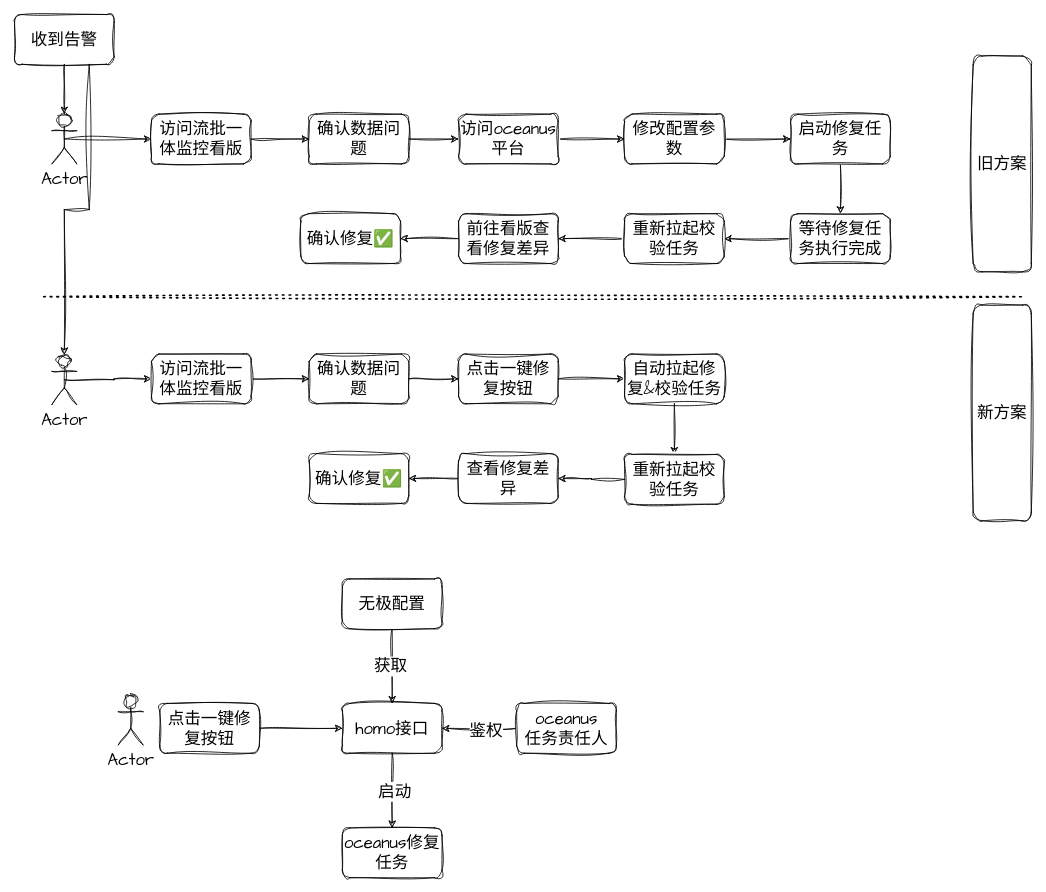
This is 一键数据修复.drawio from Arthur-Lanc/drawio, a draw.io file, before an edit. Source tidied: cells renumbered, new cells numbered last; positions are measured from the earlier drawing's top-left corner, leaving out a move shared by most shapes. Both pictures are drawn from the tidied source at 83%, with x=0, y=0 at pixel (14, 14).
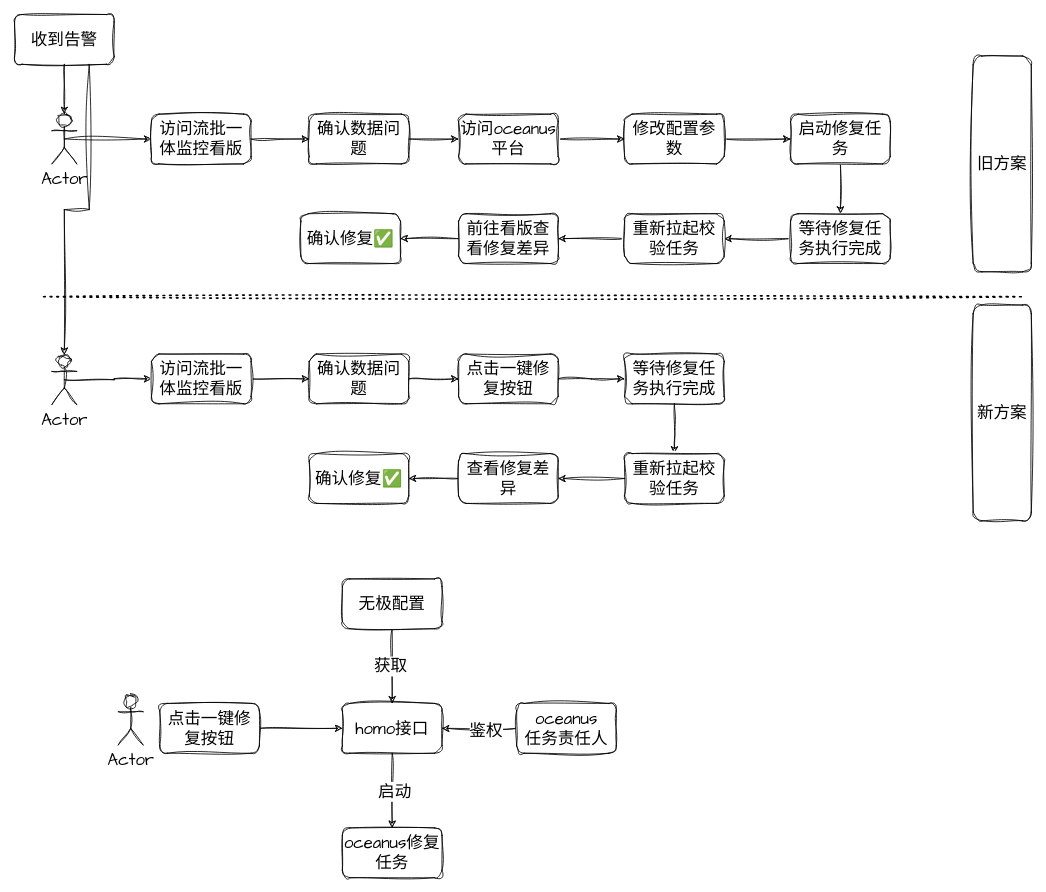
The same page after the edit.

Commit message:
更新一键数据修复.drawio

The change refers to these unchanged cells:
```xml
<mxCell id="31" value="点击一键修复按钮" style="rounded=1;whiteSpace=wrap;html=1;sketch=1;hachureGap=4;jiggle=2;curveFitting=1;fontFamily=Architects Daughter;fontSize=20;" parent="1" vertex="1">
  <mxGeometry x="535" y="409" width="120" height="60" as="geometry" />
</mxCell>
```

Diff of the diagram source:
```diff
@@
-    <mxCell id="30" style="edgeStyle=orthogonalEdgeStyle;rounded=0;sketch=1;hachureGap=4;jiggle=2;curveFitting=1;jettySize=auto;html=1;fontFamily=Architects Daughter;fontSize=16;" parent="1" edge="1" source="31" target="33">
-      <mxGeometry relative="1" as="geometry" />
+    <mxCell id="30" style="edgeStyle=orthogonalEdgeStyle;rounded=0;sketch=1;hachureGap=4;jiggle=2;curveFitting=1;jettySize=auto;html=1;fontFamily=Architects Daughter;fontSize=16;" parent="1" edge="1" source="31">
+      <mxGeometry relative="1" as="geometry">
+        <mxPoint x="735" y="439" as="targetPoint" />
+      </mxGeometry>
     </mxCell>
@@
-    <mxCell id="32" style="edgeStyle=orthogonalEdgeStyle;rounded=0;sketch=1;hachureGap=4;jiggle=2;curveFitting=1;jettySize=auto;html=1;fontFamily=Architects Daughter;fontSize=16;" parent="1" edge="1" source="33" target="52">
-      <mxGeometry relative="1" as="geometry" />
+    <mxCell id="32" style="edgeStyle=orthogonalEdgeStyle;rounded=0;sketch=1;hachureGap=4;jiggle=2;curveFitting=1;jettySize=auto;html=1;fontFamily=Architects Daughter;fontSize=16;" parent="1" edge="1" target="52">
+      <mxGeometry relative="1" as="geometry">
+        <mxPoint x="795" y="469" as="sourcePoint" />
+      </mxGeometry>
     </mxCell>
-    <mxCell id="33" value="自动拉起修复&amp;amp;校验任务" style="rounded=1;whiteSpace=wrap;html=1;sketch=1;hachureGap=4;jiggle=2;curveFitting=1;fontFamily=Architects Daughter;fontSize=20;" parent="1" vertex="1">
-      <mxGeometry x="735" y="409" width="120" height="60" as="geometry" />
-    </mxCell>
@@
     <mxCell id="52" value="重新拉起校验任务" style="rounded=1;whiteSpace=wrap;html=1;sketch=1;hachureGap=4;jiggle=2;curveFitting=1;fontFamily=Architects Daughter;fontSize=20;" parent="1" vertex="1">
-      <mxGeometry x="735" y="530" width="120" height="60" as="geometry" />
+      <mxGeometry x="735" y="529" width="120" height="60" as="geometry" />
     </mxCell>
@@
+    <mxCell id="55" value="等待修复任务执行完成" style="rounded=1;whiteSpace=wrap;html=1;sketch=1;hachureGap=4;jiggle=2;curveFitting=1;fontFamily=Architects Daughter;fontSize=20;" parent="1" vertex="1">
+      <mxGeometry x="735" y="409" width="120" height="60" as="geometry" />
+    </mxCell>
```
